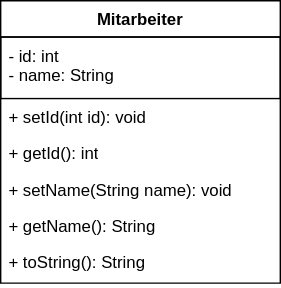
Before: Klassen_Diagramme/Mitarbeiter.drawio.svg, a diagram exported from draw.io (HaselmutGames/Schule-SUD). Source tidied: cells renumbered, new cells last; positions are measured from the earlier drawing's top-left corner, leaving out a move shared by most shapes.
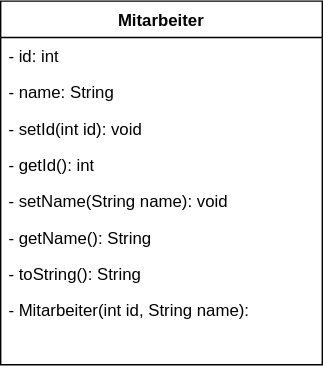
Above is the later version.

Diff of the diagram source:
```diff
@@ -3,25 +3,31 @@
     <mxCell id="0" />
     <mxCell id="1" parent="0" />
     <mxCell id="2" value="Mitarbeiter" style="swimlane;fontStyle=1;align=center;verticalAlign=top;horizontal=1;startSize=26;whiteSpace=wrap;html=1;" parent="1" vertex="1">
-      <mxGeometry width="200" height="202" as="geometry" />
+      <mxGeometry width="230" height="260" as="geometry" />
     </mxCell>
-    <mxCell id="3" value="- id: int&lt;br&gt;- name: String" style="text;strokeColor=default;fillColor=none;align=left;verticalAlign=top;spacingLeft=4;spacingRight=4;overflow=hidden;whiteSpace=wrap;html=1;" parent="2" vertex="1">
-      <mxGeometry y="26" width="200" height="44" as="geometry" />
+    <mxCell id="3" value="- id: int" style="text;strokeColor=none;fillColor=none;align=left;verticalAlign=top;spacingLeft=4;spacingRight=4;overflow=hidden;whiteSpace=wrap;html=1;" parent="2" vertex="1">
+      <mxGeometry y="26" width="230" height="26" as="geometry" />
     </mxCell>
+    <mxCell id="9" value="- name: String" style="text;strokeColor=none;fillColor=none;align=left;verticalAlign=top;spacingLeft=4;spacingRight=4;overflow=hidden;whiteSpace=wrap;html=1;" parent="2" vertex="1">
+      <mxGeometry y="52" width="230" height="26" as="geometry" />
+    </mxCell>
-    <mxCell id="4" value="+ setId(int id): void&lt;br&gt;" style="text;strokeColor=none;fillColor=none;align=left;verticalAlign=top;spacingLeft=4;spacingRight=4;overflow=hidden;whiteSpace=wrap;html=1;" parent="2" vertex="1">
-      <mxGeometry y="70" width="200" height="26" as="geometry" />
+    <mxCell id="4" value="- setId(int id): void" style="text;strokeColor=none;fillColor=none;align=left;verticalAlign=top;spacingLeft=4;spacingRight=4;overflow=hidden;whiteSpace=wrap;html=1;" parent="2" vertex="1">
+      <mxGeometry y="78" width="230" height="26" as="geometry" />
     </mxCell>
-    <mxCell id="5" value="+ getId(): int" style="text;strokeColor=none;fillColor=none;align=left;verticalAlign=top;spacingLeft=4;spacingRight=4;overflow=hidden;whiteSpace=wrap;html=1;" parent="2" vertex="1">
-      <mxGeometry y="96" width="200" height="26" as="geometry" />
+    <mxCell id="5" value="- getId(): int" style="text;strokeColor=none;fillColor=none;align=left;verticalAlign=top;spacingLeft=4;spacingRight=4;overflow=hidden;whiteSpace=wrap;html=1;" parent="2" vertex="1">
+      <mxGeometry y="104" width="230" height="26" as="geometry" />
     </mxCell>
-    <mxCell id="6" value="+ setName(String name): void" style="text;strokeColor=none;fillColor=none;align=left;verticalAlign=top;spacingLeft=4;spacingRight=4;overflow=hidden;whiteSpace=wrap;html=1;" parent="2" vertex="1">
-      <mxGeometry y="122" width="200" height="26" as="geometry" />
+    <mxCell id="6" value="- setName(String name): void" style="text;strokeColor=none;fillColor=none;align=left;verticalAlign=top;spacingLeft=4;spacingRight=4;overflow=hidden;whiteSpace=wrap;html=1;" parent="2" vertex="1">
+      <mxGeometry y="130" width="230" height="26" as="geometry" />
     </mxCell>
-    <mxCell id="7" value="+ getName(): String" style="text;strokeColor=none;fillColor=none;align=left;verticalAlign=top;spacingLeft=4;spacingRight=4;overflow=hidden;whiteSpace=wrap;html=1;" parent="2" vertex="1">
-      <mxGeometry y="148" width="200" height="26" as="geometry" />
+    <mxCell id="7" value="- getName(): String" style="text;strokeColor=none;fillColor=none;align=left;verticalAlign=top;spacingLeft=4;spacingRight=4;overflow=hidden;whiteSpace=wrap;html=1;" parent="2" vertex="1">
+      <mxGeometry y="156" width="230" height="26" as="geometry" />
     </mxCell>
-    <mxCell id="8" value="+ toString(): String" style="text;strokeColor=none;fillColor=none;align=left;verticalAlign=top;spacingLeft=4;spacingRight=4;overflow=hidden;whiteSpace=wrap;html=1;" parent="2" vertex="1">
-      <mxGeometry y="174" width="200" height="28" as="geometry" />
+    <mxCell id="8" value="- toString(): String" style="text;strokeColor=none;fillColor=none;align=left;verticalAlign=top;spacingLeft=4;spacingRight=4;overflow=hidden;whiteSpace=wrap;html=1;" parent="2" vertex="1">
+      <mxGeometry y="182" width="230" height="26" as="geometry" />
     </mxCell>
+    <mxCell id="10" value="- Mitarbeiter(int id, String name): " style="text;strokeColor=none;fillColor=none;align=left;verticalAlign=top;spacingLeft=4;spacingRight=4;overflow=hidden;whiteSpace=wrap;html=1;" parent="2" vertex="1">
+      <mxGeometry y="208" width="230" height="52" as="geometry" />
+    </mxCell>
   </root>
 </mxGraphModel>
```
